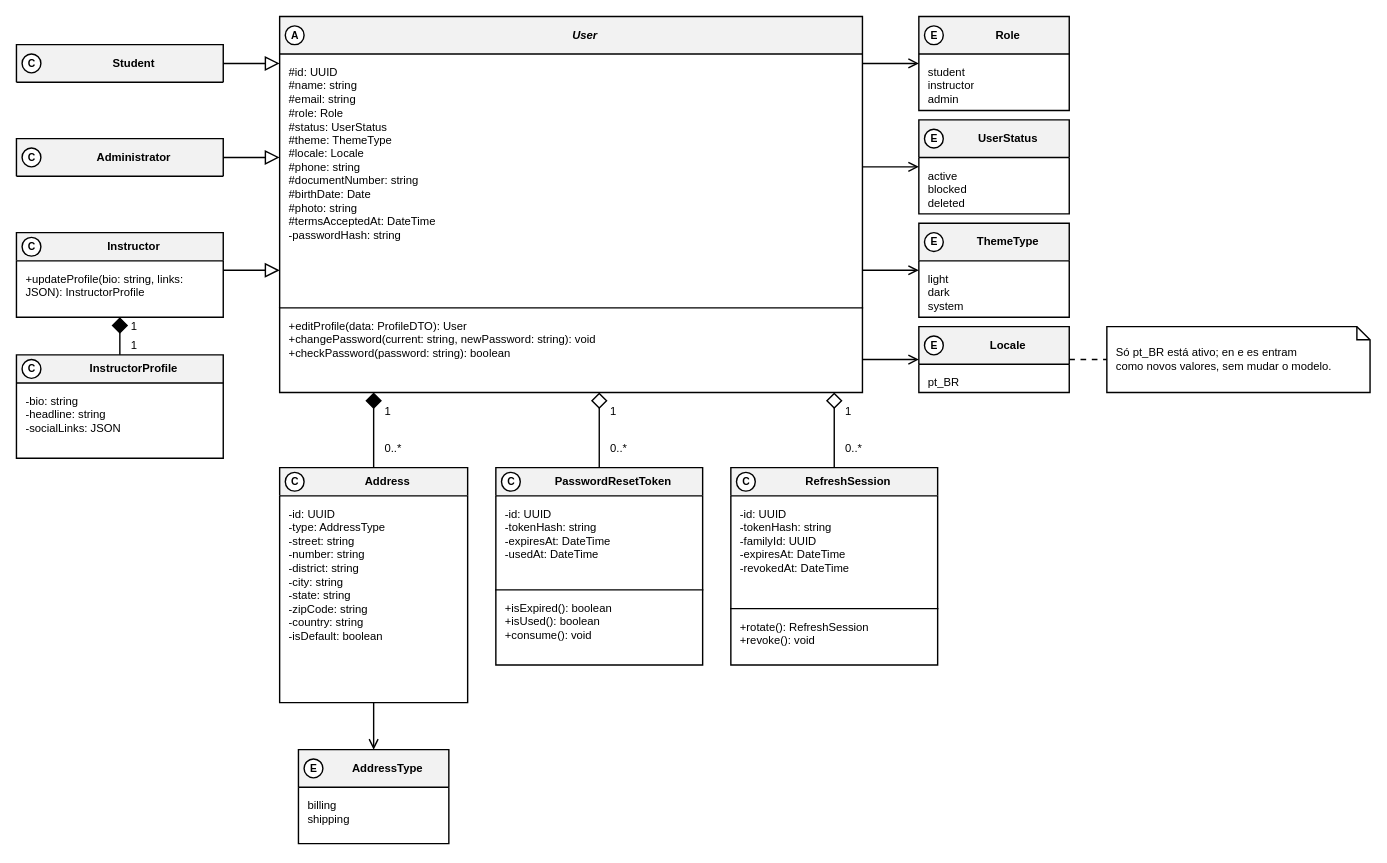
The draw.io diagram especificacao/diagramas/13-classes-area-a-negocial.drawio in Plataforma-de-Cursos-TCC/plataforma-cursos-docs, before the edit. Source tidied: cells renumbered, new cells numbered last; positions are measured from the earlier drawing's top-left corner, leaving out a move shared by most shapes. Both pictures are drawn from the tidied source at 94%, with x=0, y=0 at pixel (16, 16).
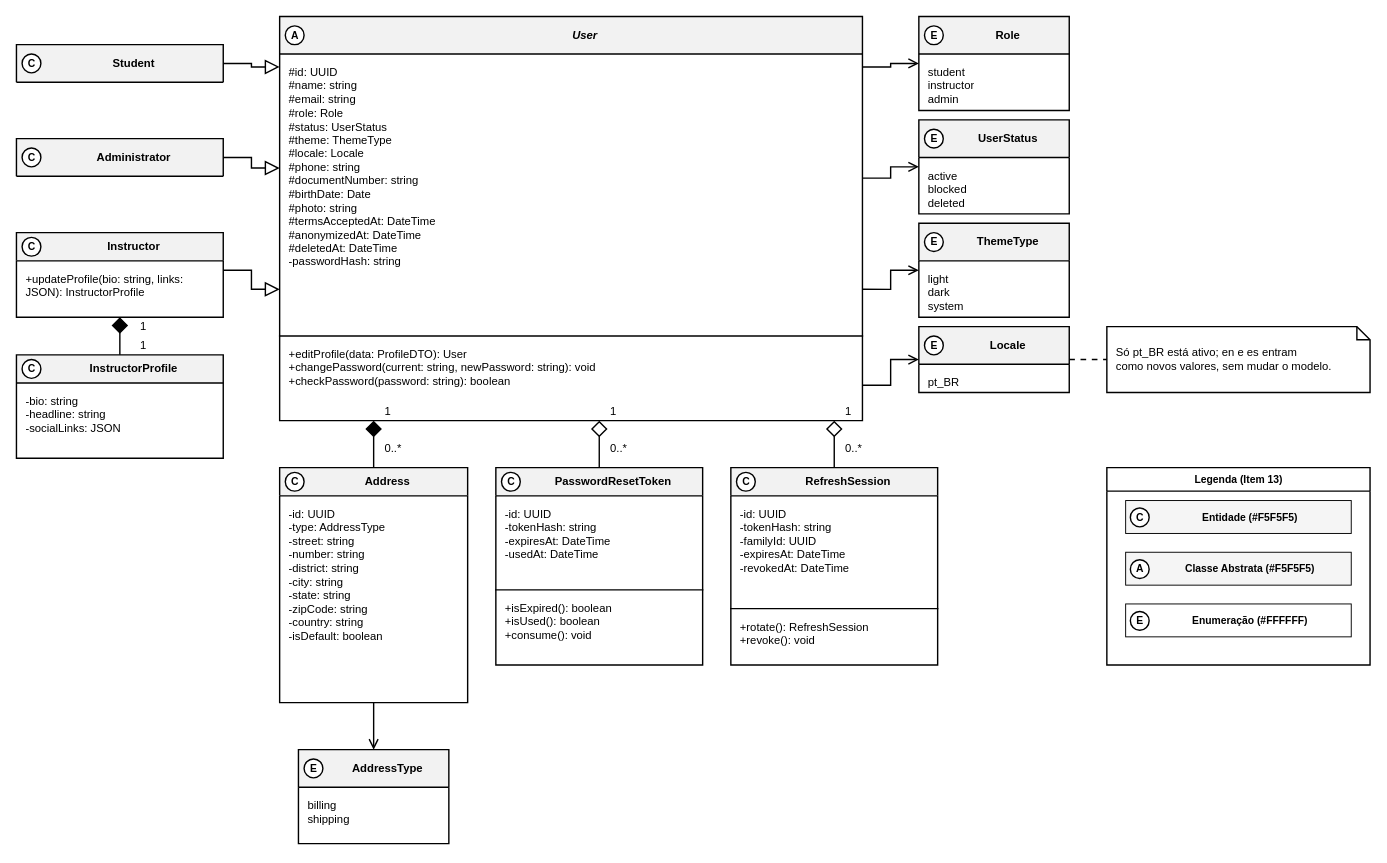
After the change.

Commit message (it also covers changes not shown here):
docs(area-a): update class diagrams with repository methods, error handling, and visual roles

Diff of the diagram source:
```diff
@@
     <mxCell id="8" value="&lt;i&gt;&lt;b&gt;User&lt;/b&gt;&lt;/i&gt;" style="swimlane;fontStyle=3;align=center;verticalAlign=middle;horizontal=1;startSize=40;html=1;whiteSpace=wrap;fontFamily=Helvetica;fontSize=12;fillColor=#F2F2F2;swimlaneFillColor=#FFFFFF;strokeColor=#000000;strokeWidth=1.5;fontColor=#000000;spacingLeft=30;" parent="1" vertex="1">
-      <mxGeometry x="280" width="620" height="400" as="geometry" />
+      <mxGeometry x="280" width="620" height="430" as="geometry" />
     </mxCell>
-    <mxCell id="9" value="#id: UUID&lt;br&gt;#name: string&lt;br&gt;#email: string&lt;br&gt;#role: Role&lt;br&gt;#status: UserStatus&lt;br&gt;#theme: ThemeType&lt;br&gt;#locale: Locale&lt;br&gt;#phone: string&lt;br&gt;#documentNumber: string&lt;br&gt;#birthDate: Date&lt;br&gt;#photo: string&lt;br&gt;#termsAcceptedAt: DateTime&lt;br&gt;-passwordHash: string" style="text;strokeColor=none;fillColor=none;align=left;verticalAlign=top;spacingLeft=8;spacingRight=8;spacingTop=6;overflow=hidden;whiteSpace=wrap;html=1;fontFamily=Helvetica;fontSize=12;fontColor=#000000;" parent="8" vertex="1">
-      <mxGeometry y="40" width="620" height="270" as="geometry" />
+    <mxCell id="9" value="#id: UUID&lt;br&gt;#name: string&lt;br&gt;#email: string&lt;br&gt;#role: Role&lt;br&gt;#status: UserStatus&lt;br&gt;#theme: ThemeType&lt;br&gt;#locale: Locale&lt;br&gt;#phone: string&lt;br&gt;#documentNumber: string&lt;br&gt;#birthDate: Date&lt;br&gt;#photo: string&lt;br&gt;#termsAcceptedAt: DateTime&lt;br&gt;#anonymizedAt: DateTime&lt;br&gt;#deletedAt: DateTime&lt;br&gt;-passwordHash: string" style="text;strokeColor=none;fillColor=none;align=left;verticalAlign=top;spacingLeft=8;spacingRight=8;spacingTop=6;overflow=hidden;whiteSpace=wrap;html=1;fontFamily=Helvetica;fontSize=12;fontColor=#000000;" parent="8" vertex="1">
+      <mxGeometry y="40" width="620" height="300" as="geometry" />
     </mxCell>
     <mxCell id="10" value="+editProfile(data: ProfileDTO): User&lt;br&gt;+changePassword(current: string, newPassword: string): void&lt;br&gt;+checkPassword(password: string): boolean" style="shape=partialRectangle;top=1;bottom=0;left=0;right=0;text;strokeColor=#000000;strokeWidth=1.5;fillColor=none;align=left;verticalAlign=top;spacingLeft=8;spacingRight=8;spacingTop=6;overflow=hidden;whiteSpace=wrap;html=1;fontFamily=Helvetica;fontSize=12;fontColor=#000000;" parent="8" vertex="1">
-      <mxGeometry y="310" width="620" height="90" as="geometry" />
+      <mxGeometry y="340" width="620" height="90" as="geometry" />
     </mxCell>
@@
     <mxCell id="34" value="1" style="text;html=1;align=left;verticalAlign=middle;fontFamily=Helvetica;fontSize=12;fontColor=#000000;fillColor=none;strokeColor=none;" parent="1" vertex="1">
-      <mxGeometry x="120" y="320" width="20" height="20" as="geometry" />
+      <mxGeometry x="130" y="320" width="20" height="20" as="geometry" />
     </mxCell>
     <mxCell id="35" value="1" style="text;html=1;align=left;verticalAlign=middle;fontFamily=Helvetica;fontSize=12;fontColor=#000000;fillColor=none;strokeColor=none;" parent="1" vertex="1">
-      <mxGeometry x="120" y="340" width="20" height="20" as="geometry" />
+      <mxGeometry x="130" y="340" width="20" height="20" as="geometry" />
     </mxCell>
@@
+    <mxCell id="64" value="&lt;b&gt;Legenda (Item 13)&lt;/b&gt;" style="swimlane;html=1;fontStyle=0;align=center;verticalAlign=top;startSize=25;fillColor=#FFFFFF;swimlaneFillColor=#FFFFFF;strokeColor=#000000;strokeWidth=1.5;fontFamily=Helvetica;fontSize=11;fontColor=#000000;rounded=0;" parent="1" vertex="1">
+      <mxGeometry x="1160" y="480" width="280" height="210" as="geometry" />
+    </mxCell>
+    <mxCell id="65" value="&lt;b&gt;Entidade (#F5F5F5)&lt;/b&gt;" style="rounded=0;whiteSpace=wrap;html=1;fillColor=#F5F5F5;strokeColor=#000000;strokeWidth=1;fontSize=11;fontFamily=Helvetica;fontColor=#000000;align=center;verticalAlign=middle;spacingLeft=25;" parent="64" vertex="1">
+      <mxGeometry x="20" y="35" width="240" height="35" as="geometry" />
+    </mxCell>
+    <mxCell id="66" value="C" style="ellipse;html=1;fillColor=#FFFFFF;strokeColor=#000000;strokeWidth=1.5;fontFamily=Helvetica;fontSize=11;fontStyle=1;fontColor=#000000;align=center;verticalAlign=middle;" parent="64" vertex="1">
+      <mxGeometry x="25" y="43" width="20" height="20" as="geometry" />
+    </mxCell>
+    <mxCell id="67" value="&lt;b&gt;Classe Abstrata (#F5F5F5)&lt;/b&gt;" style="rounded=0;whiteSpace=wrap;html=1;fillColor=#F5F5F5;strokeColor=#000000;strokeWidth=1;fontSize=11;fontFamily=Helvetica;fontColor=#000000;align=center;verticalAlign=middle;spacingLeft=25;" parent="64" vertex="1">
+      <mxGeometry x="20" y="90" width="240" height="35" as="geometry" />
+    </mxCell>
+    <mxCell id="68" value="A" style="ellipse;html=1;fillColor=#FFFFFF;strokeColor=#000000;strokeWidth=1.5;fontFamily=Helvetica;fontSize=11;fontStyle=1;fontColor=#000000;align=center;verticalAlign=middle;" parent="64" vertex="1">
+      <mxGeometry x="25" y="98" width="20" height="20" as="geometry" />
+    </mxCell>
+    <mxCell id="69" value="&lt;b&gt;Enumeração (#FFFFFF)&lt;/b&gt;" style="rounded=0;whiteSpace=wrap;html=1;fillColor=#FFFFFF;strokeColor=#000000;strokeWidth=1;fontSize=11;fontFamily=Helvetica;fontColor=#000000;align=center;verticalAlign=middle;spacingLeft=25;" parent="64" vertex="1">
+      <mxGeometry x="20" y="145" width="240" height="35" as="geometry" />
+    </mxCell>
+    <mxCell id="70" value="E" style="ellipse;html=1;fillColor=#FFFFFF;strokeColor=#000000;strokeWidth=1.5;fontFamily=Helvetica;fontSize=11;fontStyle=1;fontColor=#000000;align=center;verticalAlign=middle;" parent="64" vertex="1">
+      <mxGeometry x="25" y="153" width="20" height="20" as="geometry" />
+    </mxCell>
```
